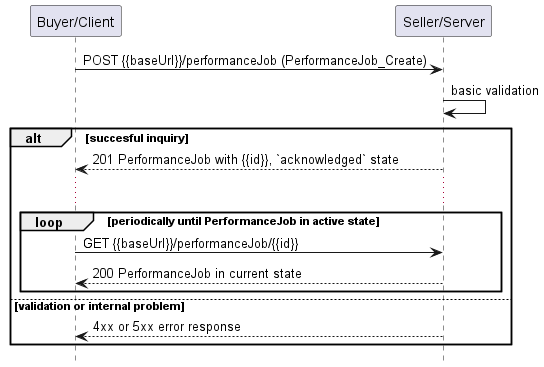
Before: documentation/serviceApi/pm/performance/media/useCase6Polling.png, a diagram exported from PlantUML (MEF-GIT/MEF-LSO-Legato-SDK).
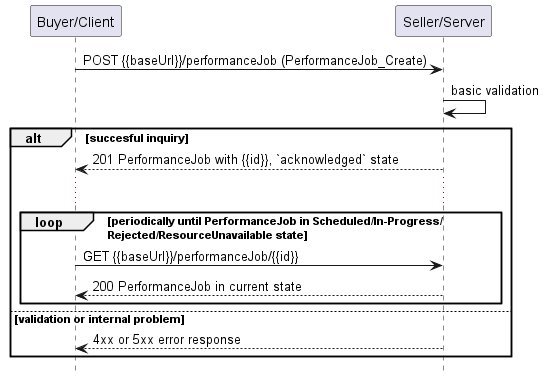
After the commit.

Change to the diagram source:
```diff
@@ -13,7 +13,7 @@
 
   ...
 
-  loop periodically until PerformanceJob in active state
+  loop periodically until PerformanceJob in Scheduled/In-Progress/\nRejected/ResourceUnavailable state
       B -> S :   GET {{baseUrl}}/performanceJob/{{id}}
       return 200 PerformanceJob in current state
   end
```
